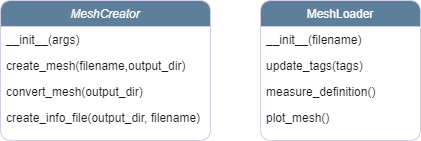
The draw.io diagram report/Images/mesh_class.png in itsmebonny/pacsproj, before a commit. Source tidied: cells renumbered, new cells last; positions are measured from the earlier drawing's top-left corner, leaving out a move shared by most shapes.
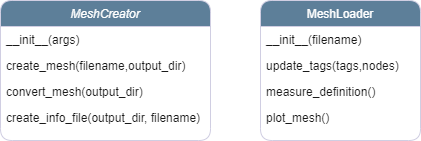
Later version of the same file.

The edit, as a diff of the source:
```diff
@@ -23,7 +23,7 @@
     <mxCell id="8" value="__init__(filename)" style="text;align=left;verticalAlign=top;spacingLeft=4;spacingRight=4;overflow=hidden;labelBackgroundColor=none;fontColor=#1A1A1A;rounded=1;" parent="7" vertex="1">
       <mxGeometry y="26" width="160" height="26" as="geometry" />
     </mxCell>
-    <mxCell id="9" value="update_tags(tags)" style="text;align=left;verticalAlign=top;spacingLeft=4;spacingRight=4;overflow=hidden;rounded=1;shadow=0;html=0;labelBackgroundColor=none;fontColor=#1A1A1A;" parent="7" vertex="1">
+    <mxCell id="9" value="update_tags(tags,nodes)" style="text;align=left;verticalAlign=top;spacingLeft=4;spacingRight=4;overflow=hidden;rounded=1;shadow=0;html=0;labelBackgroundColor=none;fontColor=#1A1A1A;" parent="7" vertex="1">
       <mxGeometry y="52" width="160" height="26" as="geometry" />
     </mxCell>
     <mxCell id="10" value="measure_definition()" style="text;align=left;verticalAlign=top;spacingLeft=4;spacingRight=4;overflow=hidden;rounded=1;shadow=0;html=0;labelBackgroundColor=none;fontColor=#1A1A1A;" parent="7" vertex="1">
```
